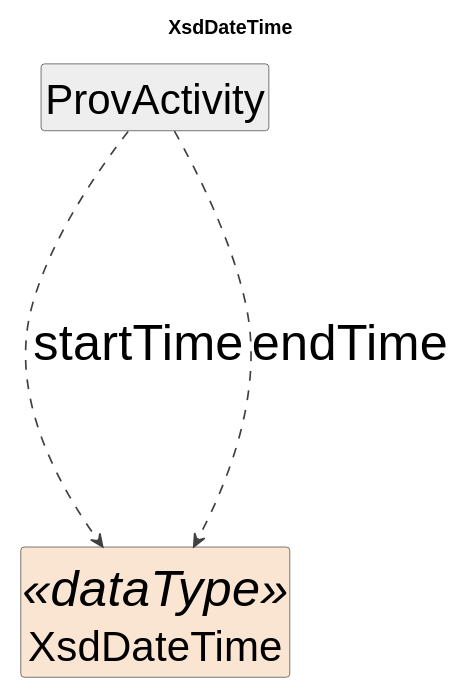
Cross-Domain-Interoperability-Framework/metadataBuildingBlocks keeps this PlantUML diagram as cdif-uml-model/_plantuml/cdifProvenance/DataTypes/XsdDateTime.svg. Above is the earlier version.
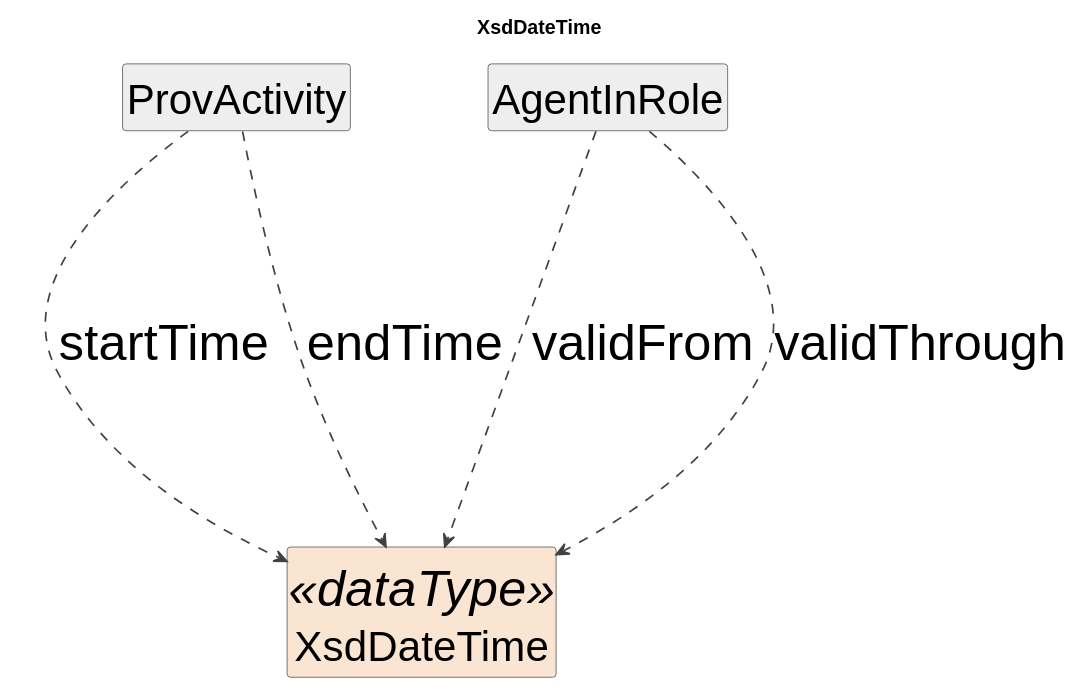
Above is the later version.

What changed in the source:
```diff
@@ -18,4 +18,7 @@
 class "ProvActivity" as ProvActivity #EEEEEE
 ProvActivity ..> XsdDateTime : startTime
 ProvActivity ..> XsdDateTime : endTime
+class "AgentInRole" as AgentInRole #EEEEEE
+AgentInRole ..> XsdDateTime : validFrom
+AgentInRole ..> XsdDateTime : validThrough
 @enduml
```
